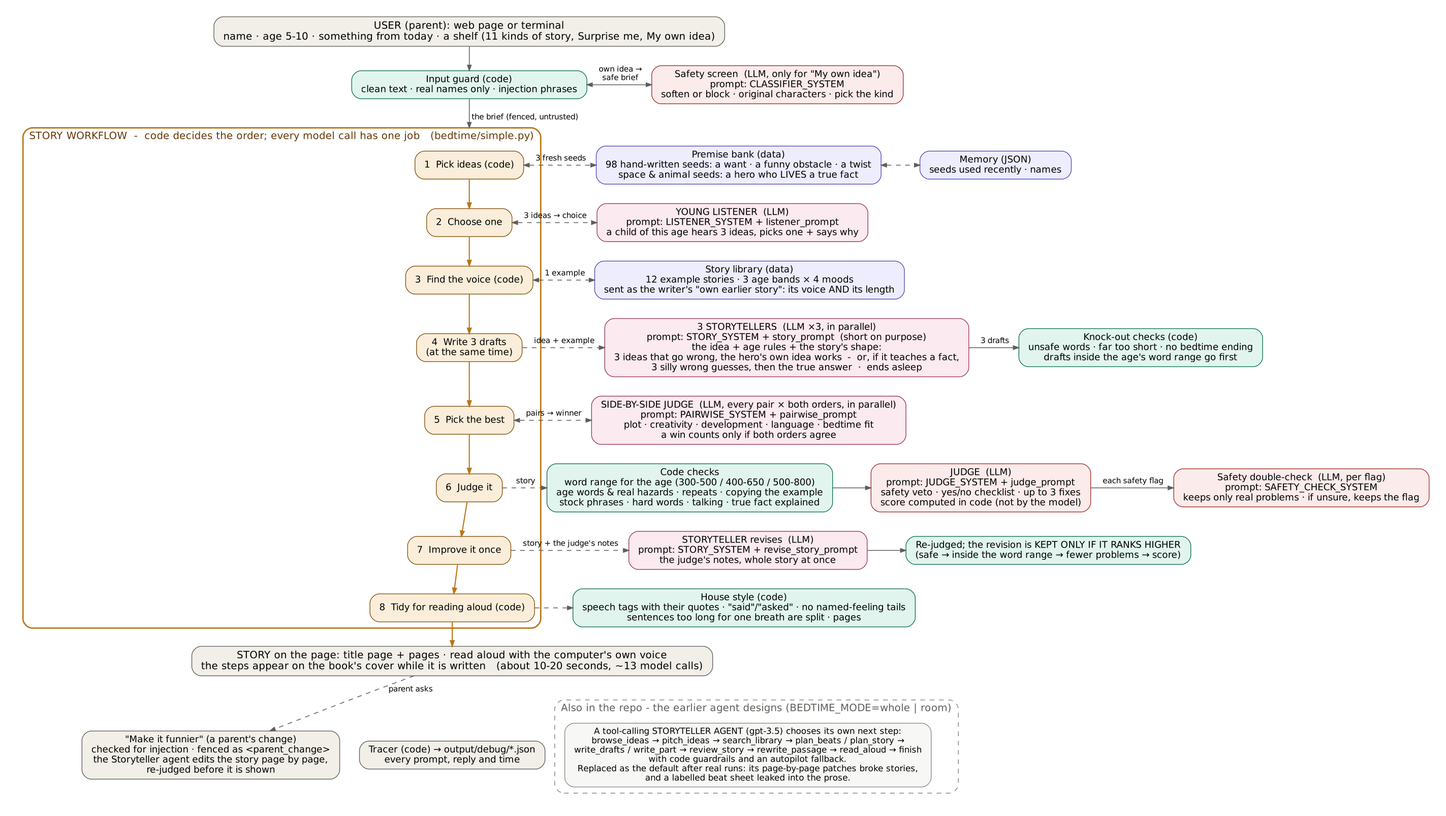
Earlier version of the Graphviz export docs/architecture.png (raagapravija/bedtime-stories). Its source is kept beside it as docs/architecture.dot.
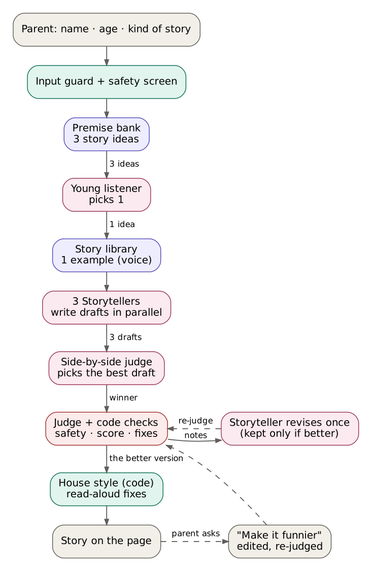
Above is the later version.

Commit message:
block diagram

Diff of the diagram source:
```diff
@@ -1,82 +1,35 @@
 digraph G {
-  graph [rankdir=TB, fontname="Helvetica", fontsize=13, nodesep=0.35, ranksep=0.34, pad=0.3, bgcolor="white",
-         compound=true, newrank=true];
-  node  [shape=box, style="rounded,filled", fontname="Helvetica", fontsize=12, penwidth=0.9, margin="0.16,0.07"];
-  edge  [fontname="Helvetica", fontsize=10, color="#5F5E5A", arrowsize=0.7];
+  graph [rankdir=TB, fontname="Helvetica", fontsize=12, nodesep=0.25, ranksep=0.28, pad=0.2, bgcolor="white", newrank=true];
+  node  [shape=box, style="rounded,filled", fontname="Helvetica", fontsize=11, penwidth=0.8, margin="0.12,0.05"];
+  edge  [fontname="Helvetica", fontsize=9, color="#5F5E5A", arrowsize=0.6];
 
-  user [label="USER (parent): web page or terminal\nname · age 5-10 · something from today · a shelf (11 kinds of story, Surprise me, My own idea)",
-        fillcolor="#F1EFE8", color="#5F5E5A", fontsize=13];
-  guard  [label="Input guard (code)\nclean text · real names only · injection phrases", fillcolor="#E1F5EE", color="#0F6E56"];
-  screen [label="Safety screen  (LLM, only for \"My own idea\")\nprompt: CLASSIFIER_SYSTEM\nsoften or block · original characters · pick the kind", fillcolor="#FCEBEB", color="#A32D2D"];
+  user   [label="Parent: name · age · kind of story", fillcolor="#F1EFE8", color="#5F5E5A"];
+  guard  [label="Input guard + safety screen", fillcolor="#E1F5EE", color="#0F6E56"];
 
-  subgraph cluster_flow {
-    label="STORY WORKFLOW  -  code decides the order; every model call has one job   (bedtime/simple.py)";
-    fontcolor="#633806"; style="rounded"; color="#BA7517"; penwidth=1.8;
-    s1 [label="1  Pick ideas (code)", fillcolor="#FAEEDA", color="#854F0B"];
-    s2 [label="2  Choose one", fillcolor="#FAEEDA", color="#854F0B"];
-    s3 [label="3  Find the voice (code)", fillcolor="#FAEEDA", color="#854F0B"];
-    s4 [label="4  Write 3 drafts\n(at the same time)", fillcolor="#FAEEDA", color="#854F0B"];
-    s5 [label="5  Pick the best", fillcolor="#FAEEDA", color="#854F0B"];
-    s6 [label="6  Judge it", fillcolor="#FAEEDA", color="#854F0B"];
-    s7 [label="7  Improve it once", fillcolor="#FAEEDA", color="#854F0B"];
-    s8 [label="8  Tidy for reading aloud (code)", fillcolor="#FAEEDA", color="#854F0B"];
-    s1 -> s2 -> s3 -> s4 -> s5 -> s6 -> s7 -> s8 [color="#BA7517", penwidth=1.4];
-  }
+  ideas  [label="Premise bank\n3 story ideas", fillcolor="#EEEDFE", color="#534AB7"];
+  listen [label="Young listener\npicks 1", fillcolor="#FBEAF0", color="#993556"];
+  lib    [label="Story library\n1 example (voice)", fillcolor="#EEEDFE", color="#534AB7"];
+  write  [label="3 Storytellers\nwrite drafts in parallel", fillcolor="#FBEAF0", color="#993556"];
+  pick   [label="Side-by-side judge\npicks the best draft", fillcolor="#FBEAF0", color="#993556"];
+  judge  [label="Judge + code checks\nsafety · score · fixes", fillcolor="#FCEBEB", color="#A32D2D"];
+  revise [label="Storyteller revises once\n(kept only if better)", fillcolor="#FBEAF0", color="#993556"];
+  tidy   [label="House style (code)\nread-aloud fixes", fillcolor="#E1F5EE", color="#0F6E56"];
+  story  [label="Story on the page", fillcolor="#F1EFE8", color="#5F5E5A"];
+  change [label="\"Make it funnier\"\nedited, re-judged", fillcolor="#F1EFE8", color="#5F5E5A"];
 
-  ideas    [label="Premise bank (data)\n98 hand-written seeds: a want · a funny obstacle · a twist\nspace & animal seeds: a hero who LIVES a true fact", fillcolor="#EEEDFE", color="#534AB7"];
-  memory   [label="Memory (JSON)\nseeds used recently · names", fillcolor="#EEEDFE", color="#534AB7"];
-  listener [label="YOUNG LISTENER  (LLM)\nprompt: LISTENER_SYSTEM + listener_prompt\na child of this age hears 3 ideas, picks one + says why", fillcolor="#FBEAF0", color="#993556"];
-  library  [label="Story library (data)\n12 example stories · 3 age bands × 4 moods\nsent as the writer's \"own earlier story\": its voice AND its length", fillcolor="#EEEDFE", color="#534AB7"];
-  writers  [label="3 STORYTELLERS  (LLM ×3, in parallel)\nprompt: STORY_SYSTEM + story_prompt  (short on purpose)\nthe idea + age rules + the story's shape:\n3 ideas that go wrong, the hero's own idea works  -  or, if it teaches a fact,\n3 silly wrong guesses, then the true answer  ·  ends asleep", fillcolor="#FBEAF0", color="#993556"];
-  knock    [label="Knock-out checks (code)\nunsafe words · far too short · no bedtime ending\ndrafts inside the age's word range go first", fillcolor="#E1F5EE", color="#0F6E56"];
-  pairwise [label="SIDE-BY-SIDE JUDGE  (LLM, every pair × both orders, in parallel)\nprompt: PAIRWISE_SYSTEM + pairwise_prompt\nplot · creativity · development · language · bedtime fit\na win counts only if both orders agree", fillcolor="#FBEAF0", color="#993556"];
-  checks   [label="Code checks\nword range for the age (300-500 / 400-650 / 500-800)\nage words & real hazards · repeats · copying the example\nstock phrases · hard words · talking · true fact explained", fillcolor="#E1F5EE", color="#0F6E56"];
-  judge    [label="JUDGE  (LLM)\nprompt: JUDGE_SYSTEM + judge_prompt\nsafety veto · yes/no checklist · up to 3 fixes\nscore computed in code (not by the model)", fillcolor="#FCEBEB", color="#A32D2D"];
-  double   [label="Safety double-check  (LLM, per flag)\nprompt: SAFETY_CHECK_SYSTEM\nkeeps only real problems · if unsure, keeps the flag", fillcolor="#FCEBEB", color="#A32D2D"];
-  reviser  [label="STORYTELLER revises  (LLM)\nprompt: STORY_SYSTEM + revise_story_prompt\nthe judge's notes, whole story at once", fillcolor="#FBEAF0", color="#993556"];
-  keep     [label="Re-judged; the revision is KEPT ONLY IF IT RANKS HIGHER\n(safe → inside the word range → fewer problems → score)", fillcolor="#E1F5EE", color="#0F6E56"];
-  tidy     [label="House style (code)\nspeech tags with their quotes · \"said\"/\"asked\" · no named-feeling tails\nsentences too long for one breath are split · pages", fillcolor="#E1F5EE", color="#0F6E56"];
+  user -> guard -> ideas;
+  ideas -> listen [label=" 3 ideas"];
+  listen -> lib [label=" 1 idea"];
+  lib -> write;
+  write -> pick [label=" 3 drafts"];
+  pick -> judge [label=" winner"];
+  judge -> revise [label=" notes"];
+  revise -> judge [label=" re-judge", style=dashed];
+  judge -> tidy [label=" the better version"];
+  tidy -> story;
+  story -> change [style=dashed, label=" parent asks"];
+  change -> judge [style=dashed, constraint=false];
 
-  out [label="STORY on the page: title page + pages · read aloud with the computer's own voice\nthe steps appear on the book's cover while it is written   (about 10-20 seconds, ~13 model calls)",
-       fillcolor="#F1EFE8", color="#5F5E5A", fontsize=13];
-  change [label="\"Make it funnier\" (a parent's change)\nchecked for injection · fenced as <parent_change>\nthe Storyteller agent edits the story page by page,\nre-judged before it is shown", fillcolor="#F1EFE8", color="#5F5E5A"];
-  trace [label="Tracer (code) → output/debug/*.json\nevery prompt, reply and time", fillcolor="#F1EFE8", color="#5F5E5A"];
-
-  subgraph cluster_alt {
-    label="Also in the repo - the earlier agent designs (BEDTIME_MODE=whole | room)"; fontcolor="#5F5E5A";
-    style="rounded,dashed"; color="#8A8A85";
-    alt [label="A tool-calling STORYTELLER AGENT (gpt-3.5) chooses its own next step:\nbrowse_ideas → pitch_ideas → search_library → plan_beats / plan_story →\nwrite_drafts / write_part → review_story → rewrite_passage → read_aloud → finish\nwith code guardrails and an autopilot fallback.\nReplaced as the default after real runs: its page-by-page patches broke stories,\nand a labelled beat sheet leaked into the prose.", fillcolor="#F7F7F5", color="#8A8A85", fontsize=11];
-  }
-
-  { rank=same; guard; screen; }
-  { rank=same; s1; ideas; memory; }
-  { rank=same; s2; listener; }
-  { rank=same; s3; library; }
-  { rank=same; s4; writers; knock; }
-  { rank=same; s5; pairwise; }
-  { rank=same; s6; checks; judge; double; }
-  { rank=same; s7; reviser; keep; }
-  { rank=same; s8; tidy; }
-
-  user -> guard;
-  guard -> screen [dir=both, label=" own idea →\n safe brief"];
-  guard -> s1 [label=" the brief (fenced, untrusted)", lhead=cluster_flow];
-
-  s1 -> ideas [dir=both, style=dashed, label=" 3 fresh seeds"];
-  ideas -> memory [dir=both, style=dashed];
-  s2 -> listener [dir=both, style=dashed, label=" 3 ideas → choice"];
-  s3 -> library [dir=both, style=dashed, label=" 1 example"];
-  s4 -> writers [style=dashed, label=" idea + example"];
-  writers -> knock [label=" 3 drafts"];
-  s5 -> pairwise [dir=both, style=dashed, label=" pairs → winner"];
-  s6 -> checks [style=dashed, label=" story"];
-  checks -> judge;
-  judge -> double [label=" each safety flag"];
-  s7 -> reviser [style=dashed, label=" story + the judge's notes"];
-  reviser -> keep;
-  s8 -> tidy [style=dashed];
-  s8 -> out [color="#BA7517", penwidth=1.4];
-  out -> change [style=dashed, label=" parent asks"];
-  out -> alt [style=invis];
-  out -> trace [style=invis];
+  { rank=same; judge; revise; }
+  { rank=same; story; change; }
 }
```
